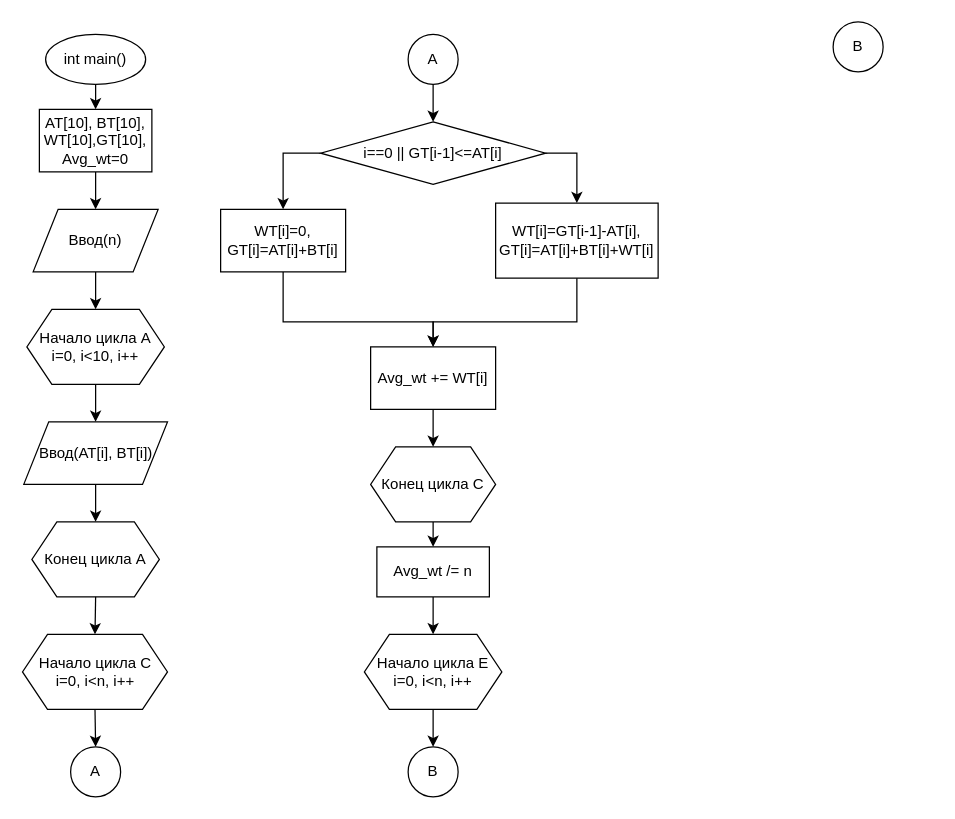
Merfarion/Diagrams-and-schemes keeps this draw.io diagram as 6vsrv.drawio. Above is the earlier version. Source tidied: cells renumbered, new cells numbered last; positions are measured from the earlier drawing's top-left corner, leaving out a move shared by most shapes. Both pictures are drawn from the tidied source at 125%, with x=0, y=0 at pixel (22, 21).
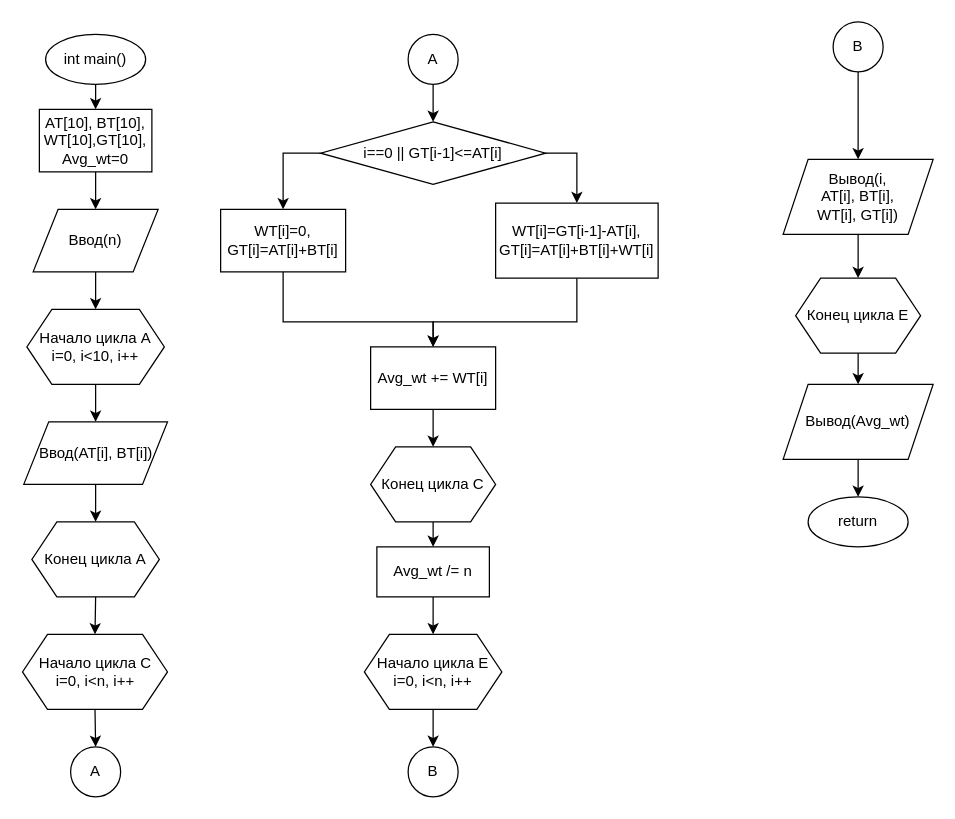
The same page after the edit.

The change refers to these unchanged cells:
```xml
<mxCell id="34" value="В" style="ellipse;whiteSpace=wrap;html=1;" parent="1" vertex="1">
  <mxGeometry x="648" width="40" height="40" as="geometry" />
</mxCell>
```

Diff of the diagram source:
```diff
@@
+    <mxCell id="36" value="Вывод(i,&lt;br&gt;AT[i], BT[i],&lt;br&gt;WT[i], GT[i])" style="shape=parallelogram;perimeter=parallelogramPerimeter;whiteSpace=wrap;html=1;fixedSize=1;" parent="1" vertex="1">
+      <mxGeometry x="608" y="110" width="120" height="60" as="geometry" />
+    </mxCell>
+    <mxCell id="37" style="endArrow=classic;html=1;rounded=0;exitX=0.5;exitY=1;exitDx=0;exitDy=0;entryX=0.5;entryY=0;entryDx=0;entryDy=0;" parent="1" edge="1" source="34" target="36">
+      <mxGeometry relative="1" as="geometry" />
+    </mxCell>
+    <mxCell id="38" value="Конец цикла E" style="shape=hexagon;perimeter=hexagonPerimeter2;whiteSpace=wrap;html=1;fixedSize=1;" parent="1" vertex="1">
+      <mxGeometry x="618" y="205" width="100" height="60" as="geometry" />
+    </mxCell>
+    <mxCell id="39" style="endArrow=classic;html=1;rounded=0;exitX=0.5;exitY=1;exitDx=0;exitDy=0;entryX=0.5;entryY=0;entryDx=0;entryDy=0;" parent="1" edge="1" source="36" target="38">
+      <mxGeometry relative="1" as="geometry" />
+    </mxCell>
+    <mxCell id="40" value="Вывод(Avg_wt)" style="shape=parallelogram;perimeter=parallelogramPerimeter;whiteSpace=wrap;html=1;fixedSize=1;" parent="1" vertex="1">
+      <mxGeometry x="608" y="290" width="120" height="60" as="geometry" />
+    </mxCell>
+    <mxCell id="41" style="endArrow=classic;html=1;rounded=0;exitX=0.5;exitY=1;exitDx=0;exitDy=0;entryX=0.5;entryY=0;entryDx=0;entryDy=0;" parent="1" edge="1" source="38" target="40">
+      <mxGeometry relative="1" as="geometry" />
+    </mxCell>
+    <mxCell id="42" value="return" style="ellipse;whiteSpace=wrap;html=1;" parent="1" vertex="1">
+      <mxGeometry x="628" y="380" width="80" height="40" as="geometry" />
+    </mxCell>
+    <mxCell id="43" style="endArrow=classic;html=1;rounded=0;exitX=0.5;exitY=1;exitDx=0;exitDy=0;entryX=0.5;entryY=0;entryDx=0;entryDy=0;" parent="1" edge="1" source="40" target="42">
+      <mxGeometry relative="1" as="geometry" />
+    </mxCell>
```
